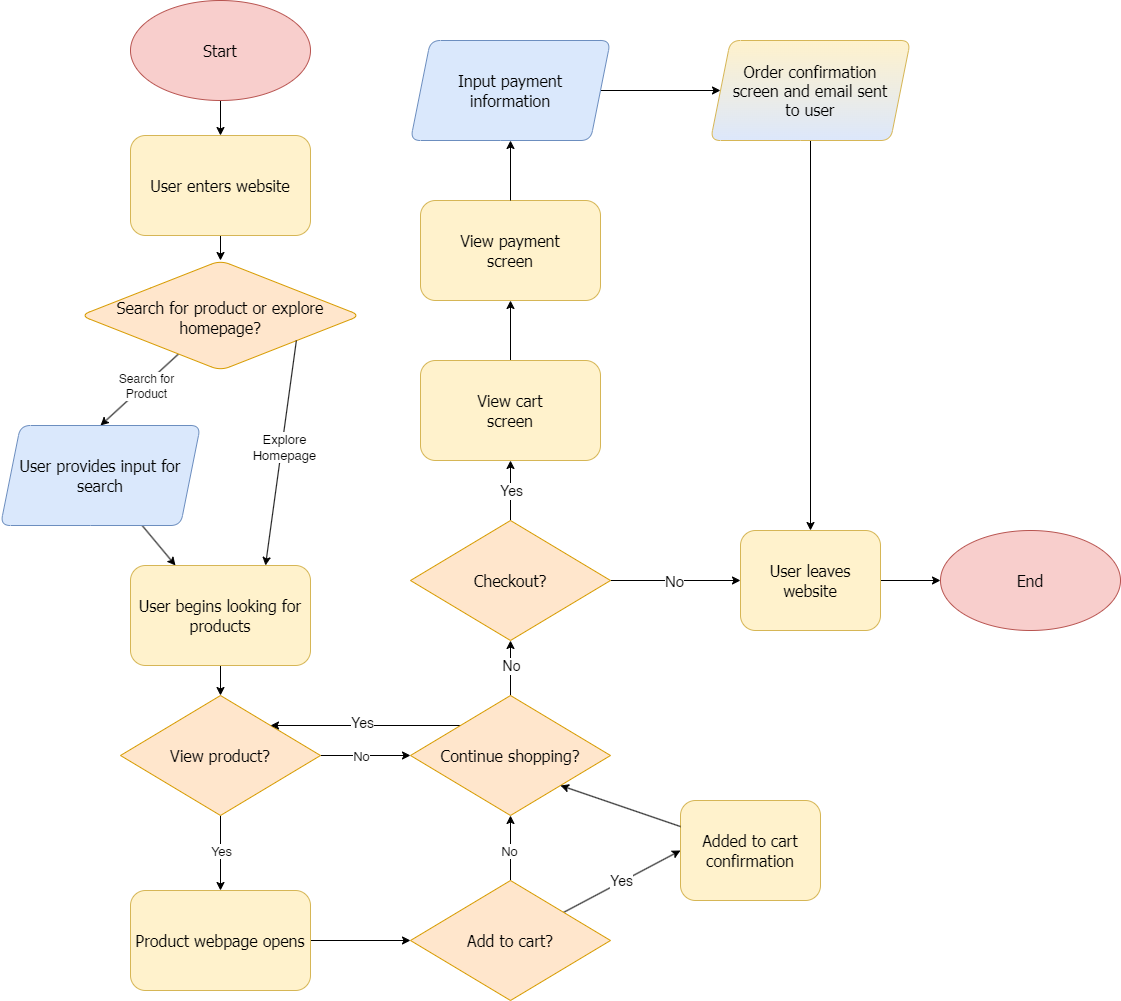
The draw.io diagram explore/diagramming/diagram.drawio.png in trishangvyen/sp25-cse110-lab4, before a commit. Source tidied: cells renumbered, new cells last; positions are measured from the earlier drawing's top-left corner, leaving out a move shared by most shapes.
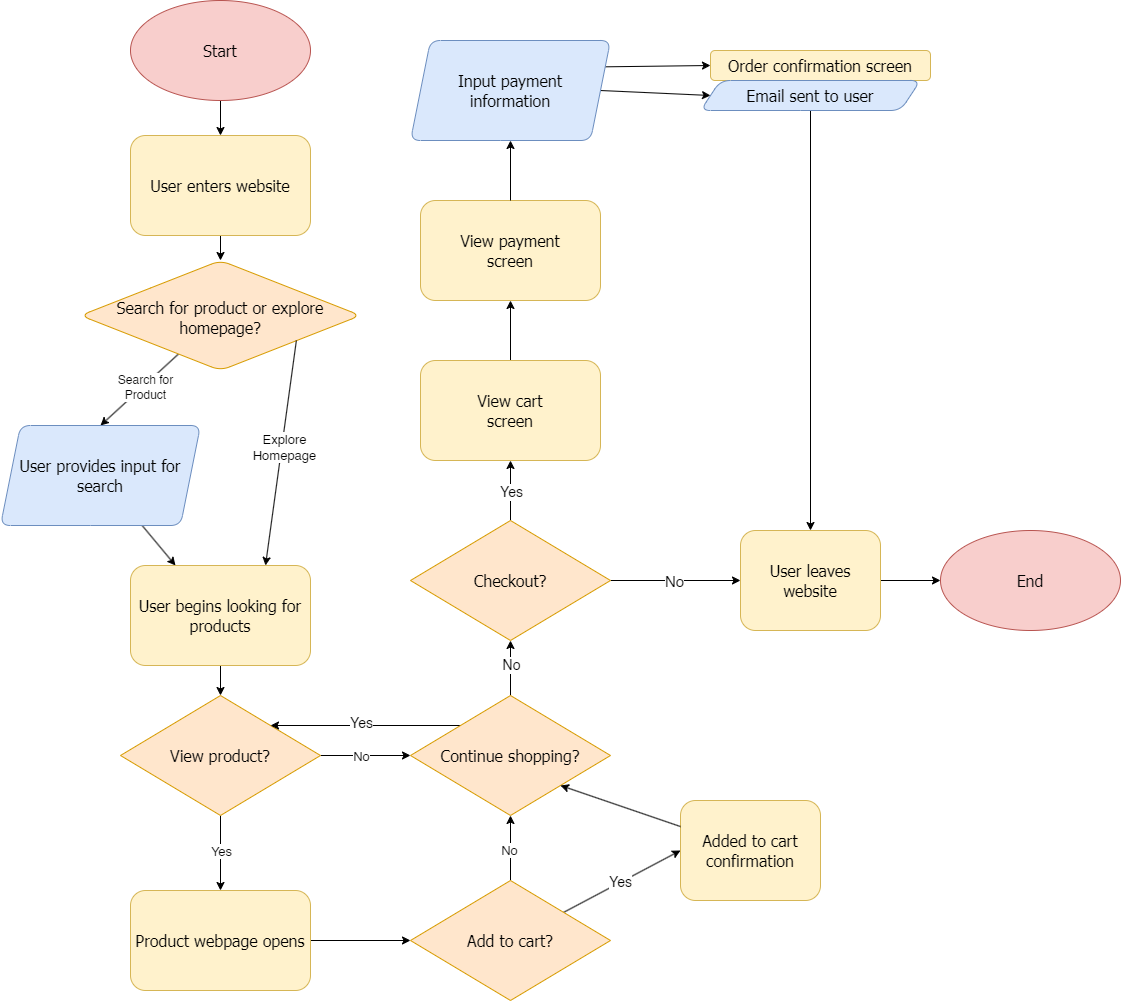
After the change.

Commit message:
Completed diagramming again

Change to the diagram source:
```diff
@@ -149,20 +149,29 @@
     <mxCell id="44" value="View payment&lt;div&gt;screen&lt;/div&gt;" style="rounded=1;whiteSpace=wrap;html=1;fontFamily=Tahoma;spacingRight=1;spacingLeft=1;fontSize=16;fillColor=#fff2cc;strokeColor=#d6b656;" parent="1" vertex="1">
       <mxGeometry x="420" y="200" width="180" height="100" as="geometry" />
     </mxCell>
-    <mxCell id="45" style="edgeStyle=none;html=1;entryX=0;entryY=0.5;entryDx=0;entryDy=0;" parent="1" edge="1" source="46" target="49">
+    <mxCell id="45" style="edgeStyle=none;html=1;entryX=0;entryY=0.5;entryDx=0;entryDy=0;exitX=1;exitY=0.25;exitDx=0;exitDy=0;" parent="1" edge="1" source="46" target="49">
       <mxGeometry relative="1" as="geometry" />
     </mxCell>
+    <mxCell id="50" style="edgeStyle=none;html=1;entryX=0;entryY=0.5;entryDx=0;entryDy=0;exitX=1;exitY=0.5;exitDx=0;exitDy=0;" parent="1" edge="1" source="46" target="53">
+      <mxGeometry relative="1" as="geometry" />
+    </mxCell>
     <mxCell id="46" value="Input payment&lt;div&gt;information&lt;/div&gt;" style="rounded=1;whiteSpace=wrap;html=1;fontFamily=Tahoma;spacingRight=1;spacingLeft=1;fontSize=16;shape=parallelogram;perimeter=parallelogramPerimeter;fixedSize=1;fillColor=#dae8fc;strokeColor=#6c8ebf;" parent="1" vertex="1">
       <mxGeometry x="410" y="40" width="200" height="100" as="geometry" />
     </mxCell>
     <mxCell id="47" style="edgeStyle=none;html=1;entryX=0.5;entryY=1;entryDx=0;entryDy=0;" parent="1" edge="1" source="44" target="46">
       <mxGeometry relative="1" as="geometry" />
     </mxCell>
-    <mxCell id="48" style="edgeStyle=none;html=1;entryX=0.5;entryY=0;entryDx=0;entryDy=0;" parent="1" edge="1" source="49" target="40">
-      <mxGeometry relative="1" as="geometry" />
-    </mxCell>
-    <mxCell id="49" value="Order confirmation&lt;div&gt;screen and email sent&lt;/div&gt;&lt;div&gt;to user&lt;/div&gt;" style="rounded=1;whiteSpace=wrap;html=1;fontFamily=Tahoma;spacingRight=1;spacingLeft=1;fontSize=16;fillColor=#fff2cc;strokeColor=#d6b656;shape=parallelogram;perimeter=parallelogramPerimeter;fixedSize=1;spacing=5;gradientColor=light-dark(#dce7fb, #ededed);" parent="1" vertex="1">
-      <mxGeometry x="710" y="40" width="200" height="100" as="geometry" />
+    <mxCell id="49" value="Order confirmation&amp;nbsp;&lt;span style=&quot;background-color: transparent;&quot;&gt;screen&lt;/span&gt;" style="rounded=1;whiteSpace=wrap;html=1;fontFamily=Tahoma;spacingRight=1;spacingLeft=1;fontSize=16;fillColor=#fff2cc;strokeColor=#d6b656;shape=label;fixedSize=1;spacing=5;" parent="1" vertex="1">
+      <mxGeometry x="710" y="50" width="220" height="30" as="geometry" />
     </mxCell>
+    <mxCell id="51" style="edgeStyle=none;html=1;entryX=0.5;entryY=0;entryDx=0;entryDy=0;" parent="1" edge="1" source="49" target="53">
+      <mxGeometry relative="1" as="geometry" />
+    </mxCell>
+    <mxCell id="52" style="edgeStyle=none;html=1;entryX=0.5;entryY=0;entryDx=0;entryDy=0;" parent="1" edge="1" source="53" target="40">
+      <mxGeometry relative="1" as="geometry" />
+    </mxCell>
+    <mxCell id="53" value="Email sent to user" style="rounded=1;whiteSpace=wrap;html=1;fontFamily=Tahoma;spacingRight=1;spacingLeft=1;fontSize=16;fillColor=#dae8fc;strokeColor=#6c8ebf;shape=parallelogram;fixedSize=1;spacing=5;perimeter=parallelogramPerimeter;" parent="1" vertex="1">
+      <mxGeometry x="700" y="80" width="220" height="30" as="geometry" />
+    </mxCell>
   </root>
 </mxGraphModel>
```
